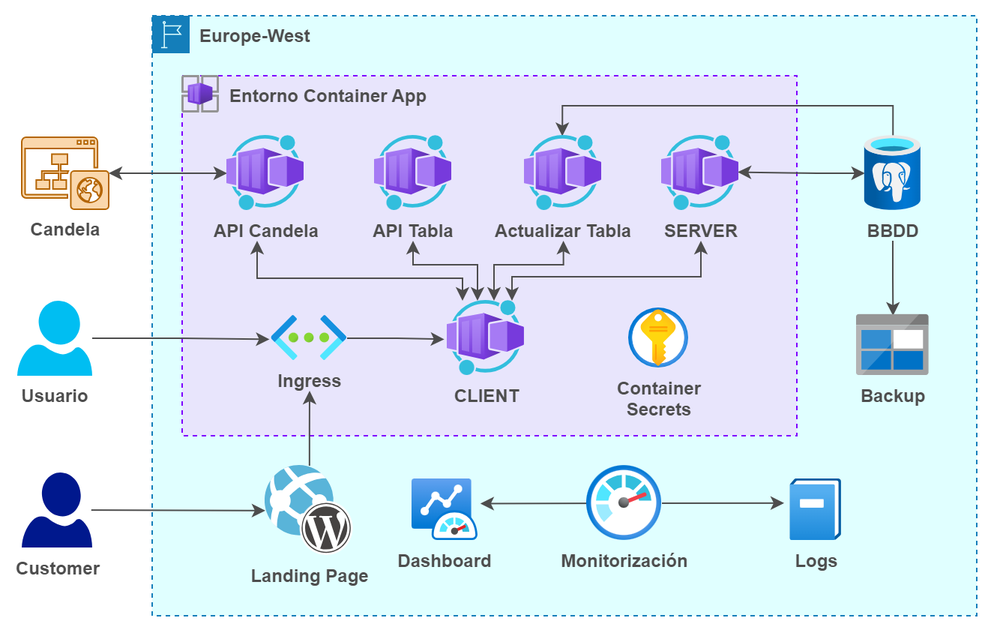
This is Arquitectura/diagrama-arquitectura-Lograda.png from Desafio-TheBridge-Grupo3/CLOUD-desafioG3, a draw.io export, as it was before one commit. Source tidied: cells renumbered, new cells last; positions are measured from the earlier drawing's top-left corner, leaving out a move shared by most shapes.
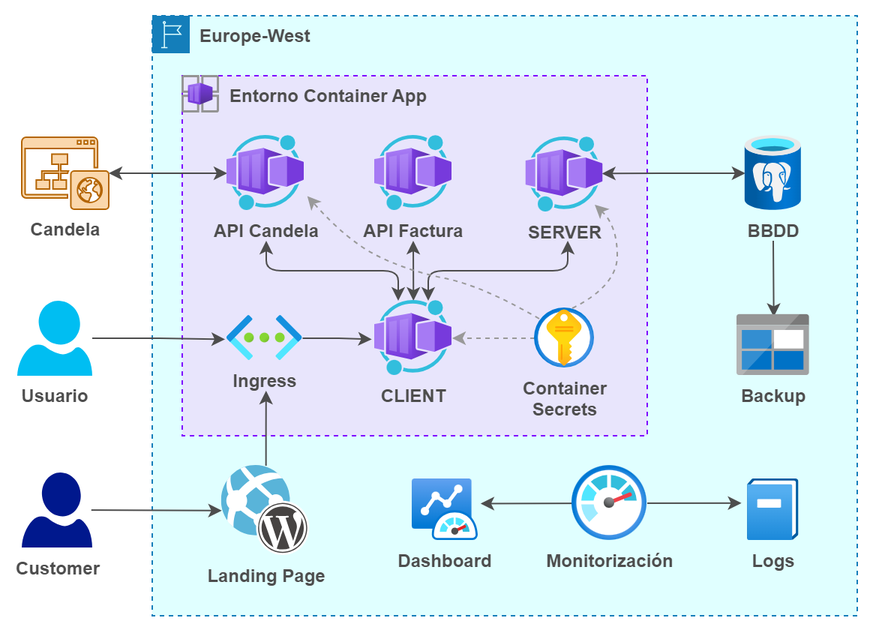
After the change.

The edit, as a diff of the source:
```diff
@@ -3,70 +3,50 @@
     <mxCell id="0" />
     <mxCell id="1" parent="0" />
     <mxCell id="2" value="Europe-West" style="gradientColor=none;fontSize=12;fontStyle=1;shape=mxgraph.aws4.group;grIcon=mxgraph.aws4.group_region;strokeColor=#147EBA;fillColor=#E0FFFF;verticalAlign=top;align=left;spacingLeft=30;fontColor=#4D4D4D;dashed=1;labelBackgroundColor=none;html=1;whiteSpace=wrap;" parent="1" vertex="1">
-      <mxGeometry x="90" width="550" height="400" as="geometry" />
+      <mxGeometry x="90" width="470" height="400" as="geometry" />
     </mxCell>
     <mxCell id="3" value="&lt;span style=&quot;&quot;&gt;&amp;nbsp; &amp;nbsp; &amp;nbsp; &amp;nbsp; &amp;nbsp;Entorno Container App&lt;/span&gt;" style="rounded=0;whiteSpace=wrap;html=1;labelBackgroundColor=none;fontColor=#4D4D4D;fillColor=#E8E5FC;dashed=1;align=left;verticalAlign=top;strokeColor=#7F00FF;fontStyle=1;" parent="1" vertex="1">
-      <mxGeometry x="110" y="40" width="410" height="240" as="geometry" />
+      <mxGeometry x="110" y="40" width="310" height="240" as="geometry" />
     </mxCell>
-    <mxCell id="4" style="edgeStyle=orthogonalEdgeStyle;jumpSize=0;html=1;labelBackgroundColor=none;strokeColor=#4D4D4D;fontColor=#4D4D4D;startArrow=classic;startFill=1;rounded=0;" parent="1" edge="1" source="8">
-      <mxGeometry relative="1" as="geometry">
-        <mxPoint x="264" y="150" as="targetPoint" />
-        <Array as="points">
-          <mxPoint x="307" y="166" />
-          <mxPoint x="264" y="166" />
-        </Array>
-      </mxGeometry>
-    </mxCell>
-    <mxCell id="5" style="edgeStyle=orthogonalEdgeStyle;jumpSize=0;html=1;labelBackgroundColor=none;strokeColor=#4D4D4D;fontColor=#4D4D4D;startArrow=classic;startFill=1;rounded=0;" parent="1" edge="1" source="8">
-      <mxGeometry relative="1" as="geometry">
-        <mxPoint x="160" y="150" as="targetPoint" />
-        <Array as="points">
-          <mxPoint x="297" y="175" />
-          <mxPoint x="160" y="175" />
-        </Array>
-      </mxGeometry>
-    </mxCell>
-    <mxCell id="6" style="edgeStyle=orthogonalEdgeStyle;jumpSize=0;html=1;labelBackgroundColor=none;strokeColor=#4D4D4D;fontColor=#4D4D4D;startArrow=classic;startFill=1;entryX=0.501;entryY=1.4;entryDx=0;entryDy=0;entryPerimeter=0;rounded=0;" parent="1" edge="1" source="8" target="31">
-      <mxGeometry relative="1" as="geometry">
-        <Array as="points">
-          <mxPoint x="318" y="166" />
-          <mxPoint x="364" y="166" />
-        </Array>
-      </mxGeometry>
-    </mxCell>
-    <mxCell id="7" style="edgeStyle=orthogonalEdgeStyle;jumpSize=0;html=1;labelBackgroundColor=none;strokeColor=#4D4D4D;fontColor=#4D4D4D;startArrow=classic;startFill=1;rounded=0;" parent="1" edge="1" source="8">
-      <mxGeometry relative="1" as="geometry">
-        <mxPoint x="456" y="150" as="targetPoint" />
-        <Array as="points">
-          <mxPoint x="330" y="174" />
-          <mxPoint x="456" y="174" />
-        </Array>
-      </mxGeometry>
-    </mxCell>
+    <mxCell id="35" style="edgeStyle=none;html=1;strokeColor=#4D4D4D;startArrow=classic;startFill=1;" parent="1" edge="1" source="8">
+      <mxGeometry relative="1" as="geometry">
+        <mxPoint x="264" y="150" as="targetPoint" />
+      </mxGeometry>
+    </mxCell>
+    <mxCell id="36" style="edgeStyle=orthogonalEdgeStyle;html=1;strokeColor=#4D4D4D;startArrow=classic;startFill=1;" parent="1" edge="1" source="8">
+      <mxGeometry relative="1" as="geometry">
+        <mxPoint x="367" y="150" as="targetPoint" />
+        <Array as="points">
+          <mxPoint x="274" y="170" />
+          <mxPoint x="367" y="170" />
+        </Array>
+      </mxGeometry>
+    </mxCell>
+    <mxCell id="37" style="edgeStyle=orthogonalEdgeStyle;html=1;strokeColor=#4D4D4D;startArrow=classic;startFill=1;" parent="1" edge="1" source="8">
+      <mxGeometry relative="1" as="geometry">
+        <mxPoint x="166" y="150" as="targetPoint" />
+        <Array as="points">
+          <mxPoint x="254" y="170" />
+          <mxPoint x="166" y="170" />
+        </Array>
+      </mxGeometry>
+    </mxCell>
     <mxCell id="8" value="CLIENT" style="html=1;points=[];align=center;image;fontSize=12;image=img/lib/azure2/other/Worker_Container_App.svg;fontStyle=1;fontColor=#4D4D4D;labelBackgroundColor=none;" parent="1" vertex="1">
-      <mxGeometry x="287" y="190" width="51.5" height="50" as="geometry" />
+      <mxGeometry x="238.5" y="190" width="51.5" height="50" as="geometry" />
     </mxCell>
     <mxCell id="9" style="edgeStyle=orthogonalEdgeStyle;jumpSize=0;html=1;labelBackgroundColor=none;strokeColor=#4D4D4D;fontColor=#4D4D4D;startArrow=classic;startFill=1;entryX=0.982;entryY=0.484;entryDx=0;entryDy=0;entryPerimeter=0;" parent="1" edge="1" source="12" target="13">
       <mxGeometry relative="1" as="geometry" />
     </mxCell>
-    <mxCell id="10" style="edgeStyle=orthogonalEdgeStyle;jumpSize=0;html=1;entryX=0.487;entryY=0.005;entryDx=0;entryDy=0;entryPerimeter=0;labelBackgroundColor=none;strokeColor=#4D4D4D;fontColor=#4D4D4D;startArrow=none;startFill=0;rounded=0;" parent="1" edge="1" source="12" target="31">
-      <mxGeometry relative="1" as="geometry">
-        <Array as="points">
-          <mxPoint x="584" y="60" />
-          <mxPoint x="364" y="60" />
-        </Array>
-      </mxGeometry>
-    </mxCell>
-    <mxCell id="11" style="edgeStyle=orthogonalEdgeStyle;rounded=0;jumpSize=0;html=1;entryX=0.5;entryY=0.014;entryDx=0;entryDy=0;entryPerimeter=0;labelBackgroundColor=none;strokeColor=#4D4D4D;fontColor=#4D4D4D;startArrow=none;startFill=0;" parent="1" edge="1" target="20">
-      <mxGeometry relative="1" as="geometry">
-        <mxPoint x="584" y="150" as="sourcePoint" />
-      </mxGeometry>
-    </mxCell>
+    <mxCell id="38" style="edgeStyle=none;html=1;entryX=0.504;entryY=0.032;entryDx=0;entryDy=0;entryPerimeter=0;strokeColor=#4D4D4D;" parent="1" edge="1" target="20">
+      <mxGeometry relative="1" as="geometry">
+        <mxPoint x="504" y="150" as="sourcePoint" />
+      </mxGeometry>
+    </mxCell>
     <mxCell id="12" value="BBDD" style="html=1;points=[];align=center;image;fontSize=12;image=img/lib/azure2/databases/Azure_Database_PostgreSQL_Server.svg;fontStyle=1;fontColor=#4D4D4D;labelBackgroundColor=none;" parent="1" vertex="1">
-      <mxGeometry x="565.4" y="80" width="37.5" height="50" as="geometry" />
+      <mxGeometry x="485.4" y="80" width="37.5" height="50" as="geometry" />
     </mxCell>
     <mxCell id="13" value="SERVER" style="html=1;points=[];align=center;image;fontSize=12;image=img/lib/azure2/other/Worker_Container_App.svg;fontStyle=1;fontColor=#4D4D4D;labelBackgroundColor=none;" parent="1" vertex="1">
-      <mxGeometry x="430" y="80" width="51.5" height="50" as="geometry" />
+      <mxGeometry x="339.2" y="81" width="51.5" height="50" as="geometry" />
     </mxCell>
     <mxCell id="14" style="edgeStyle=orthogonalEdgeStyle;curved=1;rounded=0;jumpSize=0;html=1;labelBackgroundColor=none;strokeColor=#4D4D4D;fontColor=#4D4D4D;startArrow=classic;startFill=1;" parent="1" edge="1" source="15" target="34">
       <mxGeometry relative="1" as="geometry" />
@@ -80,17 +60,20 @@
     <mxCell id="17" value="Usuario" style="verticalLabelPosition=bottom;html=1;verticalAlign=top;align=center;strokeColor=none;fillColor=#00BEF2;shape=mxgraph.azure.user;fontStyle=1;fontColor=#4D4D4D;labelBackgroundColor=none;" parent="1" vertex="1">
       <mxGeometry y="190" width="50" height="50" as="geometry" />
     </mxCell>
-    <mxCell id="18" value="API Tabla" style="html=1;align=center;image;fontSize=12;image=img/lib/azure2/other/Worker_Container_App.svg;fontStyle=1;fontColor=#4D4D4D;labelBackgroundColor=none;" parent="1" vertex="1">
+    <mxCell id="18" value="API Factura" style="html=1;align=center;image;fontSize=12;image=img/lib/azure2/other/Worker_Container_App.svg;fontStyle=1;fontColor=#4D4D4D;labelBackgroundColor=none;" parent="1" vertex="1">
       <mxGeometry x="238.5" y="80" width="51.5" height="50" as="geometry" />
     </mxCell>
     <mxCell id="19" style="html=1;align=center;image;fontSize=12;image=img/lib/azure2/other/Container_App_Environments.svg;fontStyle=1;fontColor=#4D4D4D;labelBackgroundColor=none;" parent="1" vertex="1">
       <mxGeometry x="110" y="40" width="25" height="25" as="geometry" />
     </mxCell>
     <mxCell id="20" value="Backup" style="sketch=0;html=1;points=[];align=center;image;fontSize=12;image=img/lib/mscae/BlobBlock.svg;strokeColor=#008A00;strokeWidth=1;fontColor=#4D4D4D;fillColor=default;gradientColor=none;labelBackgroundColor=none;fontStyle=1;" parent="1" vertex="1">
-      <mxGeometry x="560" y="199.4" width="48.3" height="40.6" as="geometry" />
+      <mxGeometry x="480" y="199.4" width="48.3" height="40.6" as="geometry" />
     </mxCell>
+    <mxCell id="39" style="edgeStyle=none;html=1;entryX=1;entryY=0.5;entryDx=0;entryDy=0;entryPerimeter=0;dashed=1;strokeColor=#999999;" parent="1" edge="1" source="21" target="8">
+      <mxGeometry relative="1" as="geometry" />
+    </mxCell>
     <mxCell id="21" value="Container&lt;br&gt;Secrets" style="html=1;points=[];align=center;image;fontSize=12;image=img/lib/azure2/security/Key_Vaults.svg;fontStyle=1;fontColor=#4D4D4D;labelBackgroundColor=none;" parent="1" vertex="1">
-      <mxGeometry x="408" y="195" width="40" height="40" as="geometry" />
+      <mxGeometry x="345" y="195" width="40" height="40" as="geometry" />
     </mxCell>
     <mxCell id="22" style="edgeStyle=none;html=1;entryX=-0.123;entryY=0.388;entryDx=0;entryDy=0;entryPerimeter=0;strokeColor=#4D4D4D;fontColor=#4D4D4D;fontStyle=1;labelBackgroundColor=none;" parent="1" edge="1" source="24" target="26">
       <mxGeometry relative="1" as="geometry" />
@@ -99,21 +82,21 @@
       <mxGeometry relative="1" as="geometry" />
     </mxCell>
     <mxCell id="24" value="Monitorización" style="html=1;points=[];align=center;image;fontSize=12;image=img/lib/azure2/management_governance/Monitor.svg;fontStyle=1;fontColor=#4D4D4D;labelBackgroundColor=none;" parent="1" vertex="1">
-      <mxGeometry x="380" y="300" width="50" height="50" as="geometry" />
+      <mxGeometry x="370" y="300" width="50" height="50" as="geometry" />
     </mxCell>
     <mxCell id="25" value="Dashboard" style="html=1;points=[];align=center;image;fontSize=12;image=img/lib/azure2/other/Azure_Monitor_Dashboard.svg;labelBackgroundColor=none;strokeColor=#008A00;strokeWidth=1;fontColor=#4D4D4D;fillColor=default;gradientColor=none;fontStyle=1;" parent="1" vertex="1">
       <mxGeometry x="263.4" y="309" width="44.1" height="41" as="geometry" />
     </mxCell>
     <mxCell id="26" value="Logs" style="html=1;points=[];align=center;image;fontSize=12;image=img/lib/azure2/management_governance/Operation_Log_Classic.svg;labelBackgroundColor=none;strokeColor=#008A00;strokeWidth=1;fontColor=#4D4D4D;fillColor=default;gradientColor=none;fontStyle=1;" parent="1" vertex="1">
-      <mxGeometry x="515.7" y="309" width="34.3" height="41" as="geometry" />
+      <mxGeometry x="487" y="309" width="34.3" height="41" as="geometry" />
     </mxCell>
     <mxCell id="27" style="edgeStyle=orthogonalEdgeStyle;rounded=0;jumpSize=0;html=1;labelBackgroundColor=none;strokeColor=#4D4D4D;fontColor=#4D4D4D;startArrow=none;startFill=0;" parent="1" edge="1" source="28">
       <mxGeometry relative="1" as="geometry">
-        <mxPoint x="195" y="250" as="targetPoint" />
+        <mxPoint x="165.9" y="250" as="targetPoint" />
       </mxGeometry>
     </mxCell>
     <mxCell id="28" value="Landing Page" style="sketch=0;html=1;points=[];align=center;image;fontSize=12;image=img/lib/mscae/WebAppWordPress.svg;labelBackgroundColor=none;fontColor=#4D4D4D;fontStyle=1;" parent="1" vertex="1">
-      <mxGeometry x="165.5" y="300" width="58.8" height="60" as="geometry" />
+      <mxGeometry x="136.4" y="300" width="58.8" height="60" as="geometry" />
     </mxCell>
     <mxCell id="29" style="edgeStyle=none;html=1;strokeColor=#4D4D4D;exitX=0.987;exitY=0.501;exitDx=0;exitDy=0;exitPerimeter=0;fontColor=#4D4D4D;labelBackgroundColor=none;fontStyle=1;" parent="1" edge="1" source="30" target="28">
       <mxGeometry relative="1" as="geometry" />
@@ -121,17 +104,34 @@
     <mxCell id="30" value="Customer" style="sketch=0;shadow=0;dashed=0;html=1;strokeColor=none;labelPosition=center;verticalLabelPosition=bottom;verticalAlign=top;align=center;fillColor=#00188D;shape=mxgraph.azure.user;fontColor=#4D4D4D;fontStyle=1;labelBackgroundColor=none;" parent="1" vertex="1">
       <mxGeometry x="3" y="304.5" width="47" height="50" as="geometry" />
     </mxCell>
-    <mxCell id="31" value="Actualizar Tabla" style="html=1;points=[];align=center;image;fontSize=12;image=img/lib/azure2/other/Worker_Container_App.svg;fontStyle=1;fontColor=#4D4D4D;labelBackgroundColor=none;" parent="1" vertex="1">
-      <mxGeometry x="338.5" y="80" width="51.5" height="50" as="geometry" />
-    </mxCell>
     <mxCell id="32" style="edgeStyle=orthogonalEdgeStyle;rounded=0;jumpSize=0;html=1;entryX=-0.041;entryY=0.514;entryDx=0;entryDy=0;entryPerimeter=0;labelBackgroundColor=none;strokeColor=#4D4D4D;fontColor=#4D4D4D;startArrow=none;startFill=0;" parent="1" edge="1" source="33" target="8">
       <mxGeometry relative="1" as="geometry" />
     </mxCell>
     <mxCell id="33" value="Ingress" style="html=1;points=[];align=center;image;fontSize=12;image=img/lib/azure2/networking/Virtual_Networks.svg;labelBackgroundColor=none;fontColor=#4D4D4D;fontStyle=1;" parent="1" vertex="1">
-      <mxGeometry x="169.8" y="200" width="50.2" height="30" as="geometry" />
+      <mxGeometry x="140" y="200" width="50.2" height="30" as="geometry" />
     </mxCell>
     <mxCell id="34" value="Candela" style="sketch=0;shadow=0;dashed=0;html=1;strokeColor=#b46504;fillColor=#fad7ac;labelPosition=center;verticalLabelPosition=bottom;verticalAlign=top;outlineConnect=0;align=center;shape=mxgraph.office.sites.website_public;labelBackgroundColor=none;fontStyle=1;fontColor=#4D4D4D;" parent="1" vertex="1">
       <mxGeometry x="3" y="81" width="58" height="48" as="geometry" />
     </mxCell>
+    <mxCell id="40" style="curved=1;endArrow=classic;html=1;strokeColor=#999999;entryX=1.036;entryY=0.804;entryDx=0;entryDy=0;entryPerimeter=0;dashed=1;" parent="1" edge="1" target="15">
+      <mxGeometry relative="1" as="geometry">
+        <mxPoint x="348" y="202" as="sourcePoint" />
+        <Array as="points">
+          <mxPoint x="310" y="180" />
+          <mxPoint x="260" y="170" />
+          <mxPoint x="220" y="150" />
+        </Array>
+      </mxGeometry>
+    </mxCell>
+    <mxCell id="41" style="curved=1;endArrow=classic;html=1;dashed=1;strokeColor=#999999;" parent="1" edge="1">
+      <mxGeometry relative="1" as="geometry">
+        <mxPoint x="370" y="195" as="sourcePoint" />
+        <mxPoint x="385" y="126" as="targetPoint" />
+        <Array as="points">
+          <mxPoint x="400" y="180" />
+          <mxPoint x="400" y="140" />
+        </Array>
+      </mxGeometry>
+    </mxCell>
   </root>
 </mxGraphModel>
```
